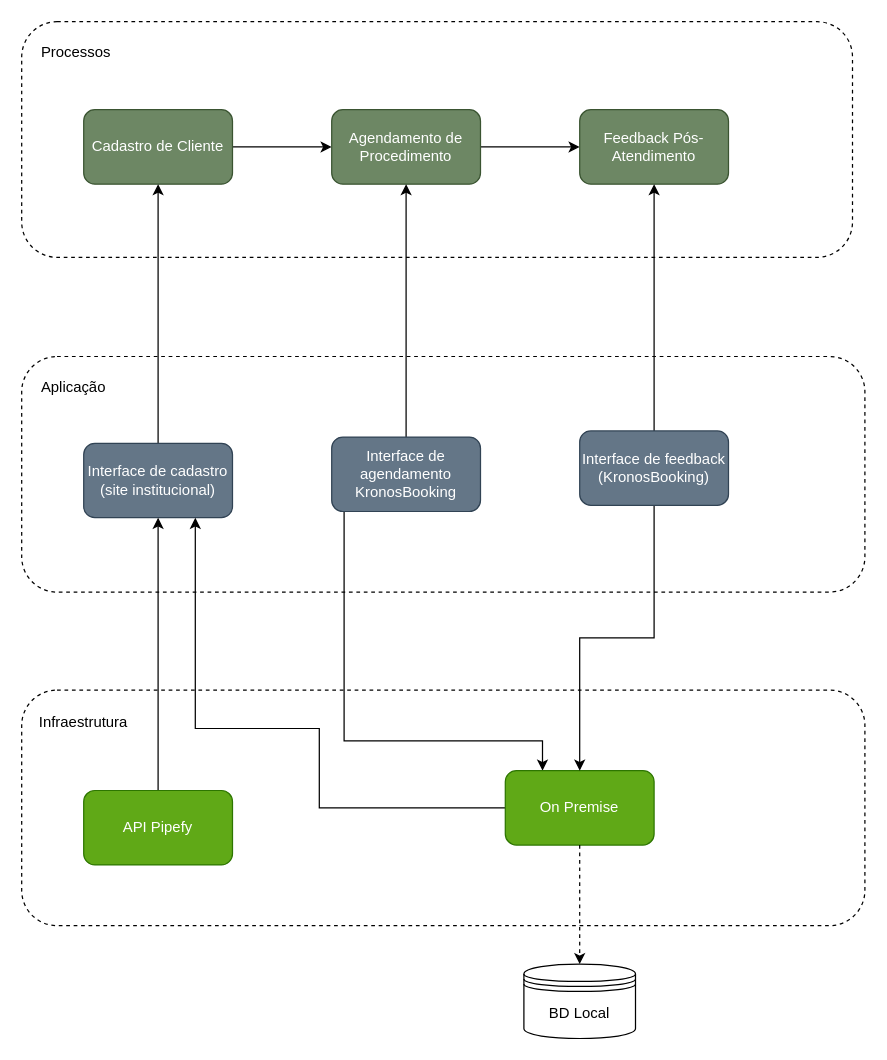
Earlier version of the draw.io diagram page "Página-1" (1 of 2) of 1. Diagramas Atuais/c4/Diagrama de BA Kronos - AS IS.drawio (kronos-agendamento/projeto-documentos). Source tidied: cells renumbered, new cells numbered last; positions are measured from the earlier drawing's top-left corner, leaving out a move shared by most shapes. Both pictures are drawn from the tidied source at 124%, with x=0, y=0 at pixel (21, 21).
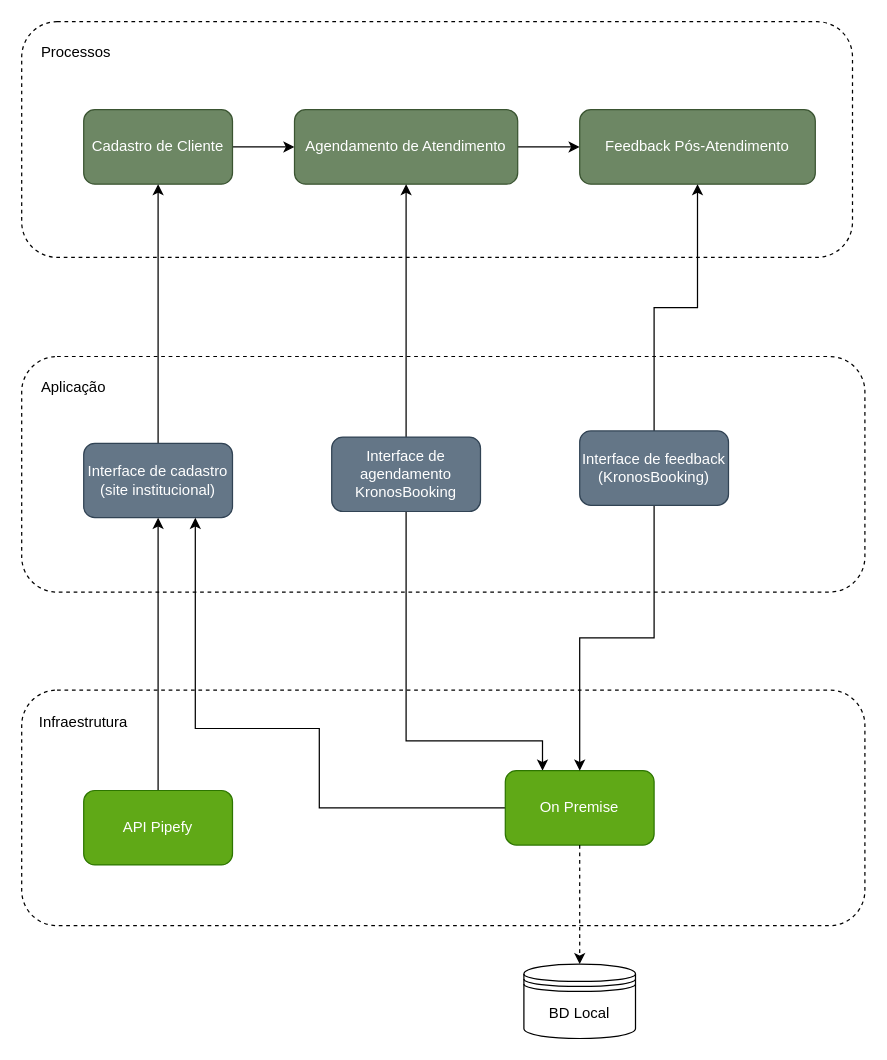
The same diagram, later.

Commit message:
Fix(): Corrigindo diagrama de archimate após validação do professor

The change refers to these unchanged cells:
```xml
<mxCell id="19" value="Interface de agendamento KronosBooking" style="rounded=1;whiteSpace=wrap;html=1;fillColor=#647687;fontColor=#ffffff;strokeColor=#314354;" parent="1" vertex="1">
  <mxGeometry x="250" y="335" width="120" height="60" as="geometry" />
</mxCell>
<mxCell id="21" value="On Premise" style="rounded=1;whiteSpace=wrap;html=1;fillColor=#60a917;fontColor=#ffffff;strokeColor=#2D7600;" parent="1" vertex="1">
  <mxGeometry x="390" y="604" width="120" height="60" as="geometry" />
</mxCell>
```

What changed in the source:
```diff
@@
-    <mxCell id="11" value="Agendamento de Procedimento" style="rounded=1;whiteSpace=wrap;html=1;fillColor=#6d8764;strokeColor=#3A5431;fontColor=#ffffff;" parent="1" vertex="1">
-      <mxGeometry x="250" y="71" width="120" height="60" as="geometry" />
+    <mxCell id="11" value="Agendamento de Atendimento" style="rounded=1;whiteSpace=wrap;html=1;fillColor=#6d8764;strokeColor=#3A5431;fontColor=#ffffff;" parent="1" vertex="1">
+      <mxGeometry x="220" y="71" width="180" height="60" as="geometry" />
     </mxCell>
     <mxCell id="12" value="Feedback Pós-Atendimento" style="rounded=1;whiteSpace=wrap;html=1;fillColor=#6d8764;strokeColor=#3A5431;fontColor=#ffffff;" parent="1" vertex="1">
-      <mxGeometry x="450" y="71" width="120" height="60" as="geometry" />
+      <mxGeometry x="450" y="71" width="190" height="60" as="geometry" />
     </mxCell>
@@
     <mxCell id="18" style="edgeStyle=orthogonalEdgeStyle;rounded=0;jettySize=auto;html=1;entryX=0.25;entryY=0;entryDx=0;entryDy=0;" parent="1" edge="1" source="19" target="21">
       <mxGeometry relative="1" as="geometry">
         <Array as="points">
-          <mxPoint x="260" y="580" />
+          <mxPoint x="310" y="580" />
           <mxPoint x="420" y="580" />
         </Array>
       </mxGeometry>
     </mxCell>
```
